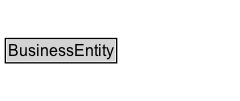
Before: docs/diagrams/BusinessEntity.dot.png, a diagram exported from Graphviz (k-vaughn/ontology-import-gr). Its source is kept beside it as docs/diagrams/BusinessEntity.dot. Its diagram source:
```dot
digraph {
	graph [overlap=false rankdir=TB splines=true]
	node [fontname=Arial fontsize=12 margin=0 shape=none]
	edge [fontname=Arial fontsize=11]
	BusinessEntity [label=<<TABLE BORDER="1" CELLBORDER="0" CELLSPACING="0" CELLPADDING="1"><TR><TD BGCOLOR="lightgray" ALIGN="CENTER">BusinessEntity</TD></TR></TABLE>> URL="../BusinessEntity" margin=0]
	{
		rank=max
	}
	subgraph cluster_associated {
		label="" style=invis
		Invis [label=<<TABLE BORDER="0" CELLBORDER="0" CELLSPACING="0" CELLPADDING="1"><TR><TD></TD></TR></TABLE>> margin=0 style=invis]
	}
}
```
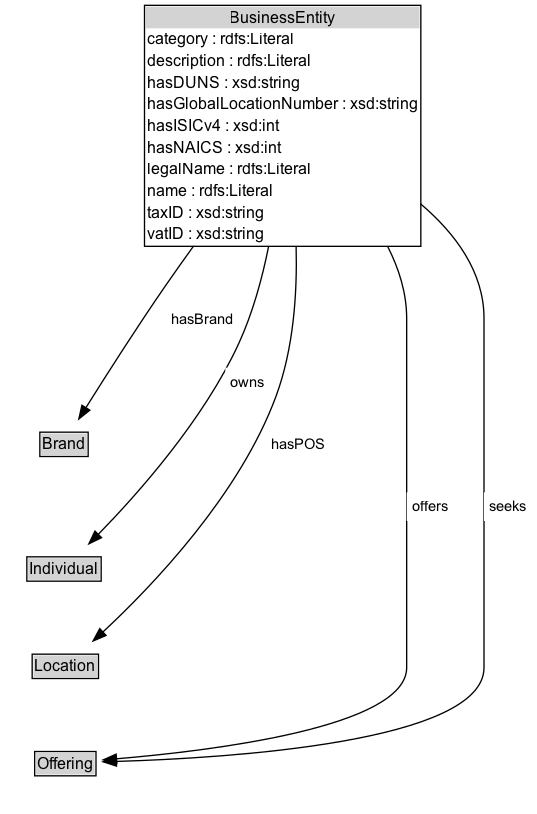
After the change.

What changed in the source:
```diff
@@ -2,12 +2,33 @@
 	graph [overlap=false rankdir=TB splines=true]
 	node [fontname=Arial fontsize=12 margin=0 shape=none]
 	edge [fontname=Arial fontsize=11]
-	BusinessEntity [label=<<TABLE BORDER="1" CELLBORDER="0" CELLSPACING="0" CELLPADDING="1"><TR><TD BGCOLOR="lightgray" ALIGN="CENTER">BusinessEntity</TD></TR></TABLE>> URL="../BusinessEntity" margin=0]
+	{
+		rank=source
+	}
+	BusinessEntity [label=<<TABLE BORDER="1" CELLBORDER="0" CELLSPACING="0" CELLPADDING="1"><TR><TD BGCOLOR="lightgray" ALIGN="CENTER">BusinessEntity</TD></TR><TR><TD ALIGN="LEFT">category : rdfs:Literal</TD></TR><TR><TD ALIGN="LEFT">description : rdfs:Literal</TD></TR><TR><TD ALIGN="LEFT">hasDUNS : xsd:string</TD></TR><TR><TD ALIGN="LEFT">hasGlobalLocationNumber : xsd:string</TD></TR><TR><TD ALIGN="LEFT">hasISICv4 : xsd:int</TD></TR><TR><TD ALIGN="LEFT">hasNAICS : xsd:int</TD></TR><TR><TD ALIGN="LEFT">legalName : rdfs:Literal</TD></TR><TR><TD ALIGN="LEFT">name : rdfs:Literal</TD></TR><TR><TD ALIGN="LEFT">taxID : xsd:string</TD></TR><TR><TD ALIGN="LEFT">vatID : xsd:string</TD></TR></TABLE>> URL="../BusinessEntity" margin=0]
 	{
 		rank=max
 	}
 	subgraph cluster_associated {
 		label="" style=invis
 		Invis [label=<<TABLE BORDER="0" CELLBORDER="0" CELLSPACING="0" CELLPADDING="1"><TR><TD></TD></TR></TABLE>> margin=0 style=invis]
+		Brand [label=<<TABLE BORDER="1" CELLBORDER="0" CELLSPACING="0" CELLPADDING="1"><TR><TD BGCOLOR="lightgray" ALIGN="CENTER">Brand</TD></TR></TABLE>> URL="../Brand" margin=0]
+		Individual [label=<<TABLE BORDER="1" CELLBORDER="0" CELLSPACING="0" CELLPADDING="1"><TR><TD BGCOLOR="lightgray" ALIGN="CENTER">Individual</TD></TR></TABLE>> URL="../Individual" margin=0]
+		Location [label=<<TABLE BORDER="1" CELLBORDER="0" CELLSPACING="0" CELLPADDING="1"><TR><TD BGCOLOR="lightgray" ALIGN="CENTER">Location</TD></TR></TABLE>> URL="../Location" margin=0]
+		Offering [label=<<TABLE BORDER="1" CELLBORDER="0" CELLSPACING="0" CELLPADDING="1"><TR><TD BGCOLOR="lightgray" ALIGN="CENTER">Offering</TD></TR></TABLE>> URL="../Offering" margin=0]
 	}
+	BusinessEntity -> Invis [style=invis]
+	Invis -> Brand [style=invis]
+	Brand -> Individual [style=invis]
+	Individual -> Location [style=invis]
+	Location -> Offering [style=invis]
+	Brand [label=<<TABLE BORDER="1" CELLBORDER="0" CELLSPACING="0" CELLPADDING="1"><TR><TD BGCOLOR="lightgray" ALIGN="CENTER">Brand</TD></TR></TABLE>> URL="../Brand" margin=0]
+	BusinessEntity -> Brand [label=<<TABLE BORDER="0" CELLBORDER="0" CELLSPACING="0" CELLPADDING="4" BGCOLOR="white"><TR><TD ALIGN="CENTER">hasBrand</TD></TR></TABLE>> arrowhead=normal style=solid]
+	Location [label=<<TABLE BORDER="1" CELLBORDER="0" CELLSPACING="0" CELLPADDING="1"><TR><TD BGCOLOR="lightgray" ALIGN="CENTER">Location</TD></TR></TABLE>> URL="../Location" margin=0]
+	BusinessEntity -> Location [label=<<TABLE BORDER="0" CELLBORDER="0" CELLSPACING="0" CELLPADDING="4" BGCOLOR="white"><TR><TD ALIGN="CENTER">hasPOS</TD></TR></TABLE>> arrowhead=normal style=solid]
+	Offering [label=<<TABLE BORDER="1" CELLBORDER="0" CELLSPACING="0" CELLPADDING="1"><TR><TD BGCOLOR="lightgray" ALIGN="CENTER">Offering</TD></TR></TABLE>> URL="../Offering" margin=0]
+	BusinessEntity -> Offering [label=<<TABLE BORDER="0" CELLBORDER="0" CELLSPACING="0" CELLPADDING="4" BGCOLOR="white"><TR><TD ALIGN="CENTER">offers</TD></TR></TABLE>> arrowhead=normal style=solid]
+	Individual [label=<<TABLE BORDER="1" CELLBORDER="0" CELLSPACING="0" CELLPADDING="1"><TR><TD BGCOLOR="lightgray" ALIGN="CENTER">Individual</TD></TR></TABLE>> URL="../Individual" margin=0]
+	BusinessEntity -> Individual [label=<<TABLE BORDER="0" CELLBORDER="0" CELLSPACING="0" CELLPADDING="4" BGCOLOR="white"><TR><TD ALIGN="CENTER">owns</TD></TR></TABLE>> arrowhead=normal style=solid]
+	BusinessEntity -> Offering [label=<<TABLE BORDER="0" CELLBORDER="0" CELLSPACING="0" CELLPADDING="4" BGCOLOR="white"><TR><TD ALIGN="CENTER">seeks</TD></TR></TABLE>> arrowhead=normal style=solid]
 }
```
